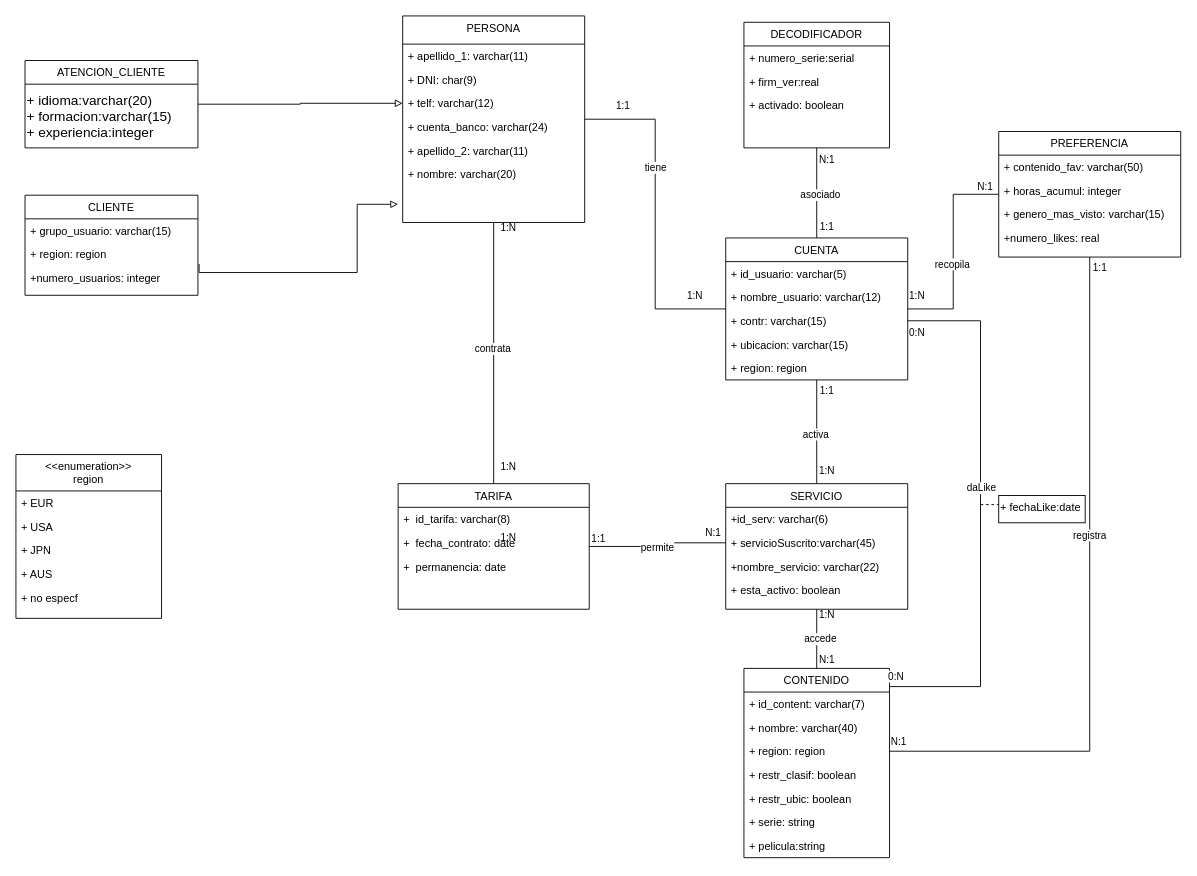
This is PROYECTO1.drawio from NyanCat6886/BasesDeDatosETSITGC, a draw.io file, before an edit. Source tidied: cells renumbered, new cells numbered last; positions are measured from the earlier drawing's top-left corner, leaving out a move shared by most shapes. Both pictures are drawn from the tidied source at 91%, with x=0, y=0 at pixel (15, 15).
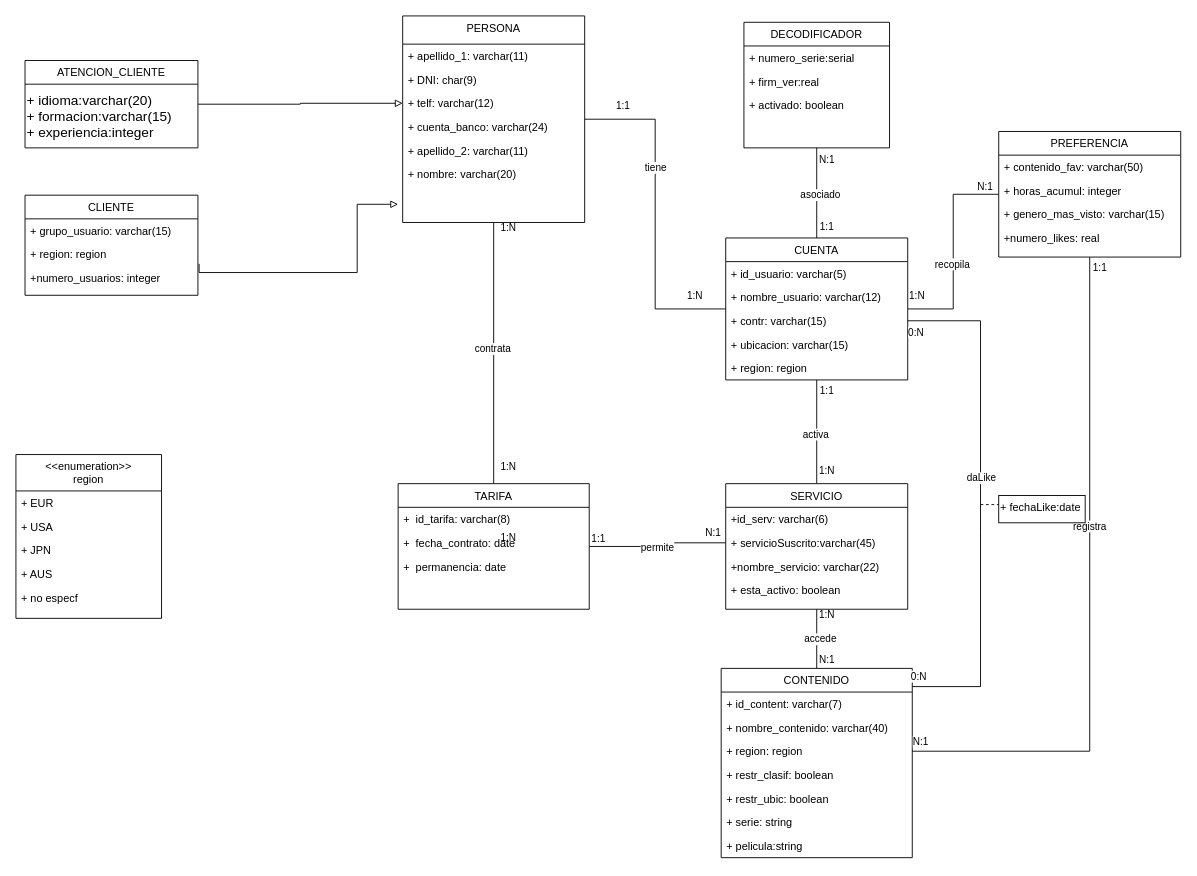
Above is the later version.

Change to the diagram source:
```diff
@@
     <mxCell id="34" value="CONTENIDO " style="swimlane;fontStyle=0;align=center;verticalAlign=top;horizontal=1;startSize=26;rounded=0;shadow=0;strokeWidth=1;" parent="1" vertex="1">
-      <mxGeometry x="800" y="717" width="160" height="208" as="geometry" />
+      <mxGeometry x="775" y="717" width="210" height="208" as="geometry" />
     </mxCell>
     <mxCell id="35" value="+ id_content: varchar(7)" style="text;align=left;verticalAlign=top;spacingLeft=4;spacingRight=4;overflow=hidden;points=[[0,0.5],[1,0.5]];portConstraint=eastwest;" parent="34" vertex="1">
-      <mxGeometry y="26" width="160" height="26" as="geometry" />
+      <mxGeometry y="26" width="210" height="26" as="geometry" />
     </mxCell>
-    <mxCell id="36" value="+ nombre: varchar(40)" style="text;align=left;verticalAlign=top;spacingLeft=4;spacingRight=4;overflow=hidden;rounded=0;shadow=0;html=0;" parent="34" vertex="1">
-      <mxGeometry y="52" width="160" height="26" as="geometry" />
+    <mxCell id="36" value="+ nombre_contenido: varchar(40)" style="text;align=left;verticalAlign=top;spacingLeft=4;spacingRight=4;overflow=hidden;rounded=0;shadow=0;html=0;" parent="34" vertex="1">
+      <mxGeometry y="52" width="210" height="26" as="geometry" />
     </mxCell>
     <mxCell id="37" value="+ region: region" style="text;align=left;verticalAlign=top;spacingLeft=4;spacingRight=4;overflow=hidden;points=[[0,0.5],[1,0.5]];portConstraint=eastwest;rounded=0;shadow=0;html=0;" parent="34" vertex="1">
-      <mxGeometry y="78" width="160" height="26" as="geometry" />
+      <mxGeometry y="78" width="210" height="26" as="geometry" />
     </mxCell>
     <mxCell id="38" value="+ restr_clasif: boolean" style="text;align=left;verticalAlign=top;spacingLeft=4;spacingRight=4;overflow=hidden;rounded=0;shadow=0;html=0;" parent="34" vertex="1">
-      <mxGeometry y="104" width="160" height="26" as="geometry" />
+      <mxGeometry y="104" width="210" height="26" as="geometry" />
     </mxCell>
     <mxCell id="39" value="+ restr_ubic: boolean" style="text;align=left;verticalAlign=top;spacingLeft=4;spacingRight=4;overflow=hidden;rounded=0;shadow=0;html=0;" parent="34" vertex="1">
-      <mxGeometry y="130" width="160" height="26" as="geometry" />
+      <mxGeometry y="130" width="210" height="26" as="geometry" />
     </mxCell>
     <mxCell id="40" value="+ serie: string" style="text;align=left;verticalAlign=top;spacingLeft=4;spacingRight=4;overflow=hidden;rounded=0;shadow=0;html=0;" parent="34" vertex="1">
-      <mxGeometry y="156" width="160" height="26" as="geometry" />
+      <mxGeometry y="156" width="210" height="26" as="geometry" />
     </mxCell>
     <mxCell id="41" value="+ pelicula:string" style="text;align=left;verticalAlign=top;spacingLeft=4;spacingRight=4;overflow=hidden;rounded=0;shadow=0;html=0;" parent="34" vertex="1">
-      <mxGeometry y="182" width="160" height="26" as="geometry" />
+      <mxGeometry y="182" width="210" height="26" as="geometry" />
     </mxCell>
```
